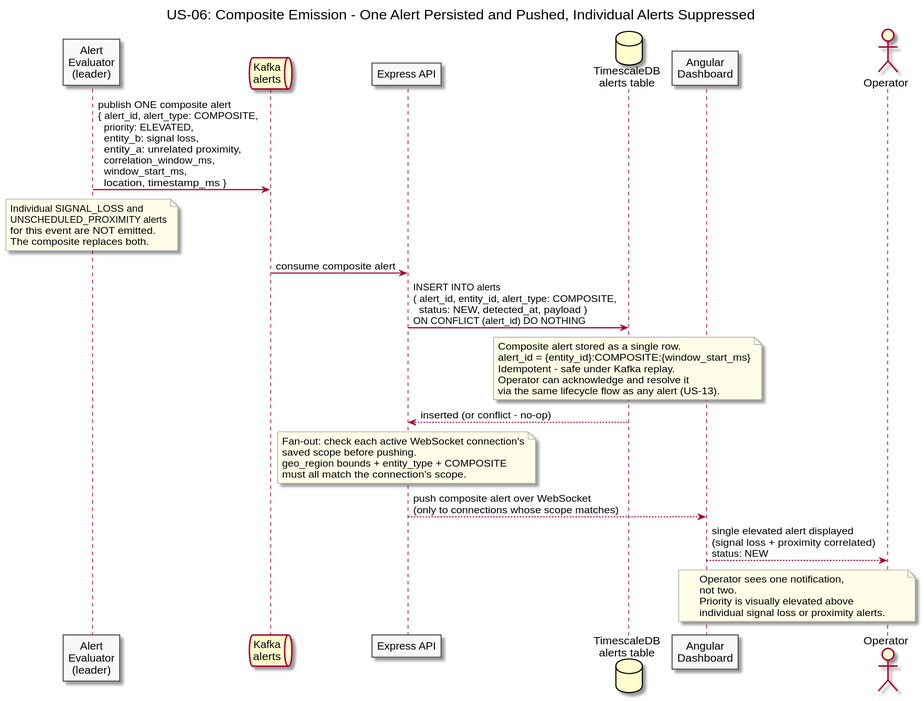
Earlier version of the PlantUML export diagrams/docs/use-cases/US-06-composite-alert/composite-emission.svg (Buffden/sentinel).
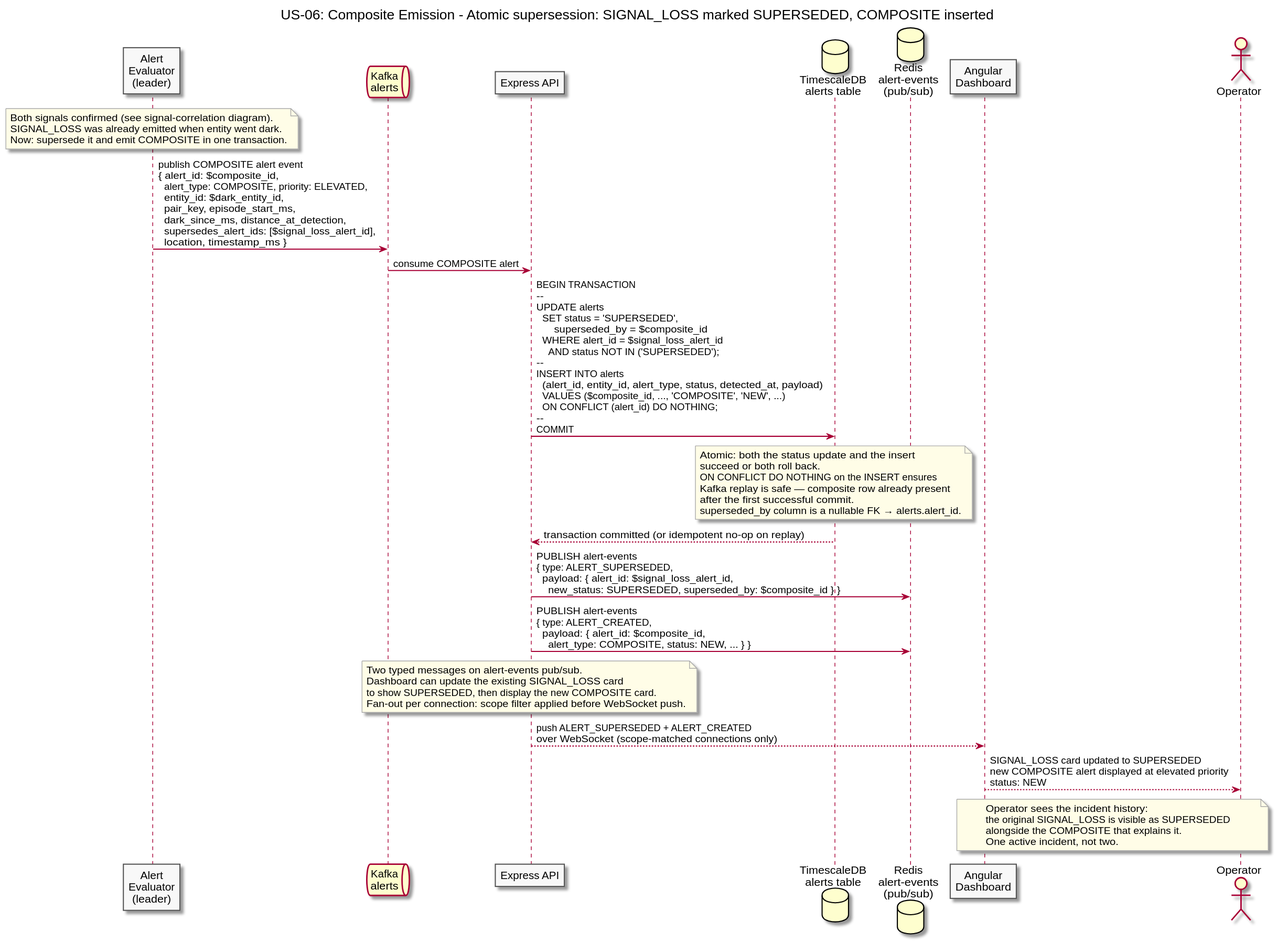
The same file after the commit.

Diff of the diagram source:
```diff
@@ -1,5 +1,5 @@
 @startuml composite-emission
-title US-06: Composite Emission - One Alert Persisted and Pushed, Individual Alerts Suppressed
+title US-06: Composite Emission - Atomic supersession: SIGNAL_LOSS marked SUPERSEDED, COMPOSITE inserted
 
 skinparam sequenceArrowThickness 1.5
 skinparam participantBorderColor #555555
@@ -11,48 +11,53 @@
 queue "Kafka\nalerts" as Kafka
 participant "Express API" as API
 database "TimescaleDB\nalerts table" as TSDB
+database "Redis\nalert-events\n(pub/sub)" as AlertEvents
 participant "Angular\nDashboard" as Dashboard
 actor Operator
 
-Evaluator -> Kafka : publish ONE composite alert\n{ alert_id, alert_type: COMPOSITE,\n  priority: ELEVATED,\n  entity_b: signal loss,\n  entity_a: unrelated proximity,\n  correlation_window_ms,\n  window_start_ms,\n  location, timestamp_ms }
-
 note over Evaluator
-  Individual SIGNAL_LOSS and
-  UNSCHEDULED_PROXIMITY alerts
-  for this event are NOT emitted.
-  The composite replaces both.
+  Both signals confirmed (see signal-correlation diagram).
+  SIGNAL_LOSS was already emitted when entity went dark.
+  Now: supersede it and emit COMPOSITE in one transaction.
 end note
 
-Kafka -> API : consume composite alert
+Evaluator -> Kafka : publish COMPOSITE alert event\n{ alert_id: $composite_id,\n  alert_type: COMPOSITE, priority: ELEVATED,\n  entity_id: $dark_entity_id,\n  pair_key, episode_start_ms,\n  dark_since_ms, distance_at_detection,\n  supersedes_alert_ids: [$signal_loss_alert_id],\n  location, timestamp_ms }
 
-API -> TSDB : INSERT INTO alerts\n( alert_id, entity_id, alert_type: COMPOSITE,\n  status: NEW, detected_at, payload )\nON CONFLICT (alert_id) DO NOTHING
+Kafka -> API : consume COMPOSITE alert
+
+API -> TSDB : BEGIN TRANSACTION\n--\nUPDATE alerts\n  SET status = 'SUPERSEDED',\n      superseded_by = $composite_id\n  WHERE alert_id = $signal_loss_alert_id\n    AND status NOT IN ('SUPERSEDED');\n--\nINSERT INTO alerts\n  (alert_id, entity_id, alert_type, status, detected_at, payload)\n  VALUES ($composite_id, ..., 'COMPOSITE', 'NEW', ...)\n  ON CONFLICT (alert_id) DO NOTHING;\n--\nCOMMIT
 
 note over TSDB
-  Composite alert stored as a single row.
-  alert_id = {entity_id}:COMPOSITE:{window_start_ms}
-  Idempotent - safe under Kafka replay.
-  Operator can acknowledge and resolve it
-  via the same lifecycle flow as any alert (US-13).
+  Atomic: both the status update and the insert
+  succeed or both roll back.
+  ON CONFLICT DO NOTHING on the INSERT ensures
+  Kafka replay is safe — composite row already present
+  after the first successful commit.
+  superseded_by column is a nullable FK → alerts.alert_id.
 end note
 
-TSDB --> API : inserted (or conflict - no-op)
+TSDB --> API : transaction committed (or idempotent no-op on replay)
+
+API -> AlertEvents : PUBLISH alert-events\n{ type: ALERT_SUPERSEDED,\n  payload: { alert_id: $signal_loss_alert_id,\n    new_status: SUPERSEDED, superseded_by: $composite_id } }
+
+API -> AlertEvents : PUBLISH alert-events\n{ type: ALERT_CREATED,\n  payload: { alert_id: $composite_id,\n    alert_type: COMPOSITE, status: NEW, ... } }
 
 note over API
-  Fan-out: check each active WebSocket connection's
-  saved scope before pushing.
-  geo_region bounds + entity_type + COMPOSITE
-  must all match the connection's scope.
+  Two typed messages on alert-events pub/sub.
+  Dashboard can update the existing SIGNAL_LOSS card
+  to show SUPERSEDED, then display the new COMPOSITE card.
+  Fan-out per connection: scope filter applied before WebSocket push.
 end note
 
-API --> Dashboard : push composite alert over WebSocket\n(only to connections whose scope matches)
+API --> Dashboard : push ALERT_SUPERSEDED + ALERT_CREATED\nover WebSocket (scope-matched connections only)
 
-Dashboard --> Operator : single elevated alert displayed\n(signal loss + proximity correlated)\nstatus: NEW
+Dashboard --> Operator : SIGNAL_LOSS card updated to SUPERSEDED\nnew COMPOSITE alert displayed at elevated priority\nstatus: NEW
 
 note over Dashboard, Operator
-  Operator sees one notification,
-  not two.
-  Priority is visually elevated above
-  individual signal loss or proximity alerts.
+  Operator sees the incident history:
+  the original SIGNAL_LOSS is visible as SUPERSEDED
+  alongside the COMPOSITE that explains it.
+  One active incident, not two.
 end note
 
 @enduml
```
